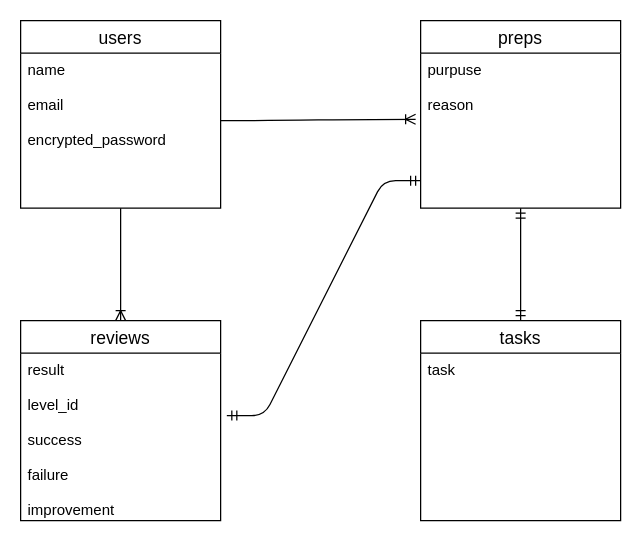
Before: pdr.dio in yuka104/pdr-app, a draw.io diagram. Source tidied: cells renumbered, new cells numbered last; positions are measured from the earlier drawing's top-left corner, leaving out a move shared by most shapes. Both pictures are drawn from the tidied source at 125%, with x=0, y=0 at pixel (20, 20).
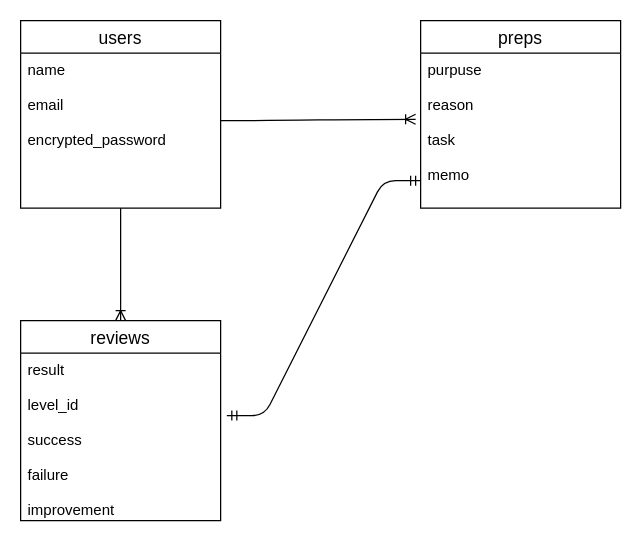
Above is the later version.

Diff of the diagram source:
```diff
@@
 <mxGraphModel>
   <root>
     <mxCell id="0" />
     <mxCell id="1" parent="0" />
     <mxCell id="2" value="users" style="swimlane;fontStyle=0;horizontal=1;startSize=26;align=center;fontSize=14;" parent="1" vertex="1">
       <mxGeometry width="160" height="150" as="geometry" />
     </mxCell>
     <mxCell id="3" value="preps" style="swimlane;fontStyle=0;horizontal=1;startSize=26;align=center;fontSize=14;" parent="1" vertex="1">
       <mxGeometry x="320" width="160" height="150" as="geometry" />
     </mxCell>
-    <mxCell id="4" value="purpuse&#10;&#10;reason&#10;&#10;&#10;" style="text;strokeColor=none;fillColor=none;spacingLeft=4;spacingRight=4;overflow=hidden;points=[[0,0.5],[1,0.5]];portConstraint=eastwest;fontSize=12;" parent="3" vertex="1">
+    <mxCell id="4" value="purpuse&#10;&#10;reason&#10;&#10;task&#10;&#10;memo&#10;&#10;&#10;" style="text;strokeColor=none;fillColor=none;spacingLeft=4;spacingRight=4;overflow=hidden;points=[[0,0.5],[1,0.5]];portConstraint=eastwest;fontSize=12;" parent="3" vertex="1">
       <mxGeometry y="26" width="160" height="124" as="geometry" />
     </mxCell>
     <mxCell id="5" style="edgeStyle=entityRelationEdgeStyle;fontSize=12;html=1;endArrow=ERoneToMany;entryX=-0.025;entryY=0.427;entryDx=0;entryDy=0;entryPerimeter=0;curved=1;" parent="1" edge="1" target="4">
       <mxGeometry relative="1" as="geometry">
         <mxPoint x="160" y="80" as="sourcePoint" />
       </mxGeometry>
     </mxCell>
     <mxCell id="6" style="edgeStyle=entityRelationEdgeStyle;fontSize=12;html=1;endArrow=ERmandOne;startArrow=ERmandOne;exitX=1.031;exitY=0.373;exitDx=0;exitDy=0;exitPerimeter=0;entryX=0;entryY=0.823;entryDx=0;entryDy=0;entryPerimeter=0;" parent="1" edge="1" source="8" target="4">
       <mxGeometry relative="1" as="geometry" />
     </mxCell>
     <mxCell id="7" value="reviews" style="swimlane;fontStyle=0;horizontal=1;startSize=26;align=center;fontSize=14;" parent="1" vertex="1">
       <mxGeometry y="240" width="160" height="160" as="geometry" />
     </mxCell>
     <mxCell id="8" value="result&#10;&#10;level_id&#10;&#10;success&#10;&#10;failure&#10;&#10;improvement&#10;&#10;" style="text;strokeColor=none;fillColor=none;spacingLeft=4;spacingRight=4;overflow=hidden;points=[[0,0.5],[1,0.5]];portConstraint=eastwest;fontSize=12;" parent="7" vertex="1">
       <mxGeometry y="26" width="160" height="134" as="geometry" />
     </mxCell>
     <mxCell id="9" value="name&#10;&#10;email&#10;&#10;encrypted_password&#10;" style="text;strokeColor=none;fillColor=none;spacingLeft=4;spacingRight=4;overflow=hidden;fontSize=12;" parent="1" vertex="1">
       <mxGeometry y="26" width="160" height="124" as="geometry" />
     </mxCell>
     <mxCell id="10" style="fontSize=12;html=1;endArrow=ERoneToMany;entryX=0.5;entryY=0;entryDx=0;entryDy=0;" parent="1" edge="1" target="7">
       <mxGeometry relative="1" as="geometry">
         <mxPoint x="80" y="150" as="sourcePoint" />
       </mxGeometry>
     </mxCell>
-    <mxCell id="11" value="tasks" style="swimlane;fontStyle=0;horizontal=1;startSize=26;align=center;fontSize=14;rounded=0;sketch=0;" parent="1" vertex="1">
-      <mxGeometry x="320" y="240" width="160" height="160" as="geometry" />
-    </mxCell>
-    <mxCell id="12" value="task" style="text;strokeColor=none;fillColor=none;spacingLeft=4;spacingRight=4;overflow=hidden;fontSize=12;" parent="11" vertex="1">
-      <mxGeometry y="26" width="160" height="134" as="geometry" />
-    </mxCell>
-    <mxCell id="13" style="fontSize=12;html=1;endArrow=ERmandOne;startArrow=ERmandOne;exitX=0.5;exitY=0;exitDx=0;exitDy=0;" parent="1" edge="1" source="11">
-      <mxGeometry relative="1" as="geometry">
-        <mxPoint x="400" y="150" as="targetPoint" />
-      </mxGeometry>
-    </mxCell>
   </root>
 </mxGraphModel>
```
